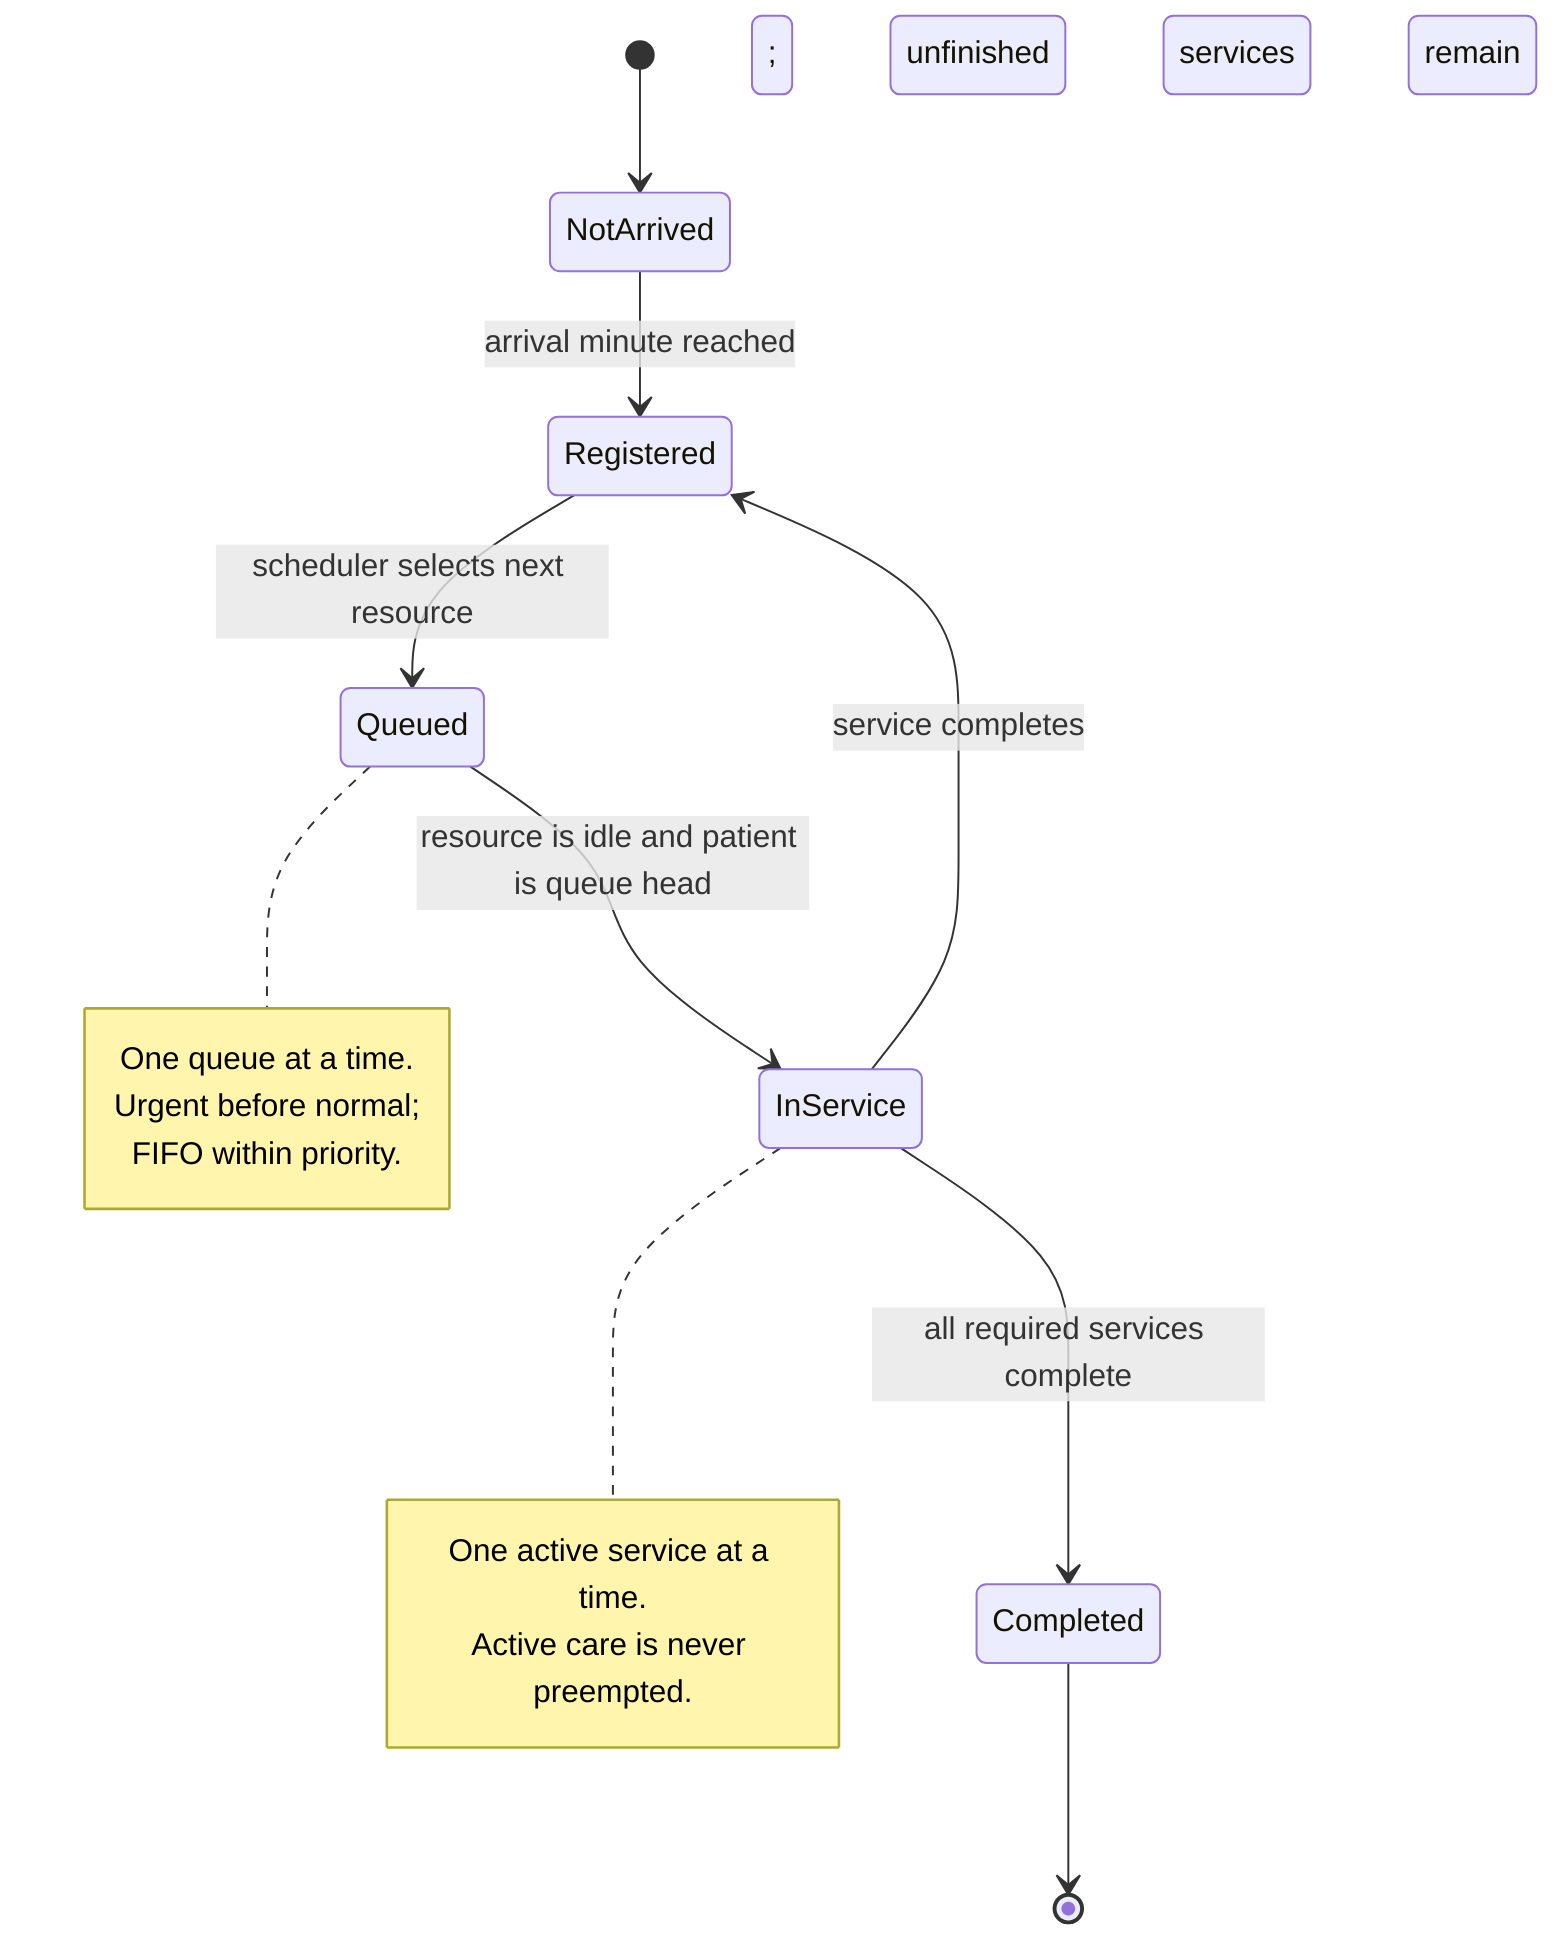
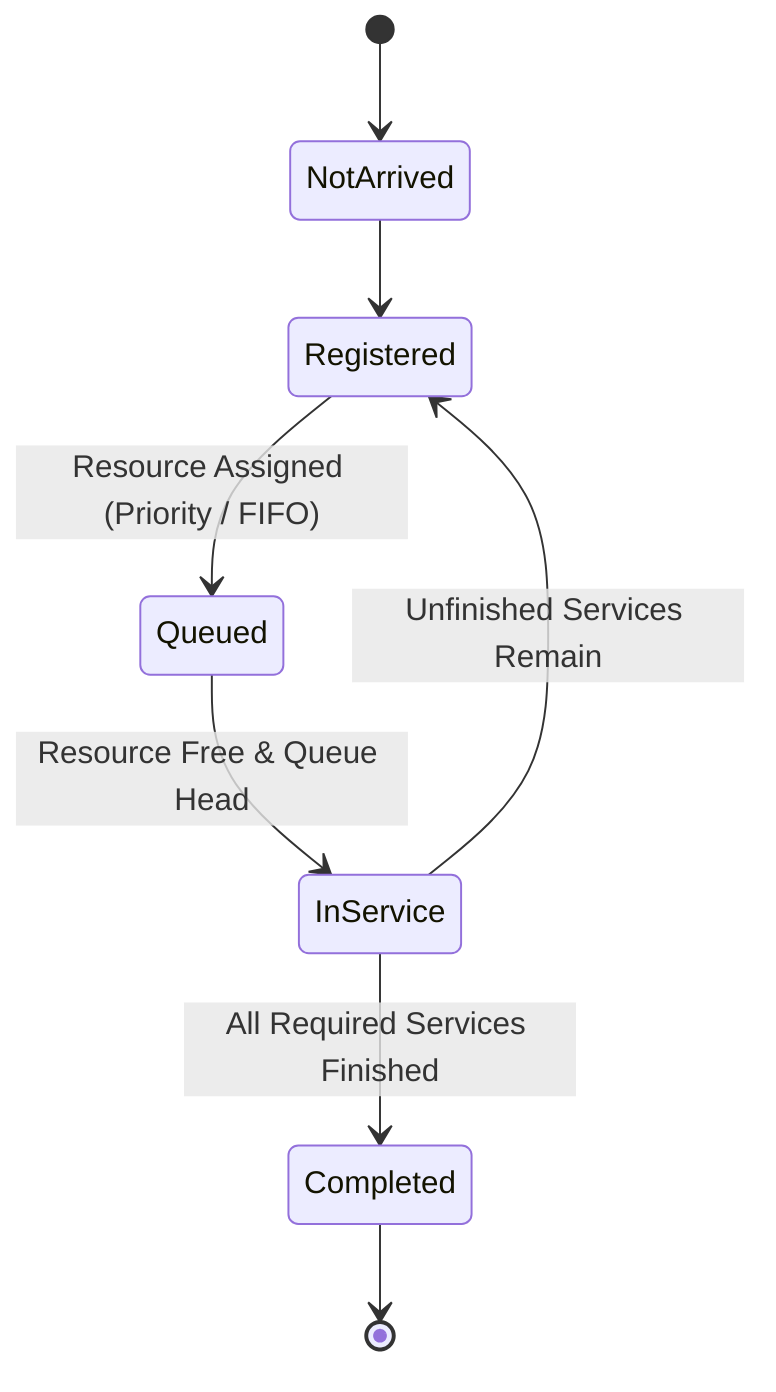
stateDiagram-v2
+     %% MediFlow Patient State Diagram (Simplified)
+ 
    [*] --> NotArrived
-     NotArrived --> Registered: arrival minute reached
-     Registered --> Queued: scheduler selects next resource
-     Queued --> InService: resource is idle and patient is queue head
-     InService --> Registered: service completes; unfinished services remain
-     InService --> Completed: all required services complete
+ 
+     NotArrived --> Registered
+     Registered --> Queued : Resource Assigned (Priority / FIFO)
+     Queued --> InService : Resource Free & Queue Head
+ 
+     InService --> Registered : Unfinished Services Remain
+     InService --> Completed : All Required Services Finished
+ 
    Completed --> [*]

-     note right of Queued
-       One queue at a time.
-       Urgent before normal;
-       FIFO within priority.
-     end note
- 
-     note right of InService
-       One active service at a time.
-       Active care is never preempted.
-     end note
